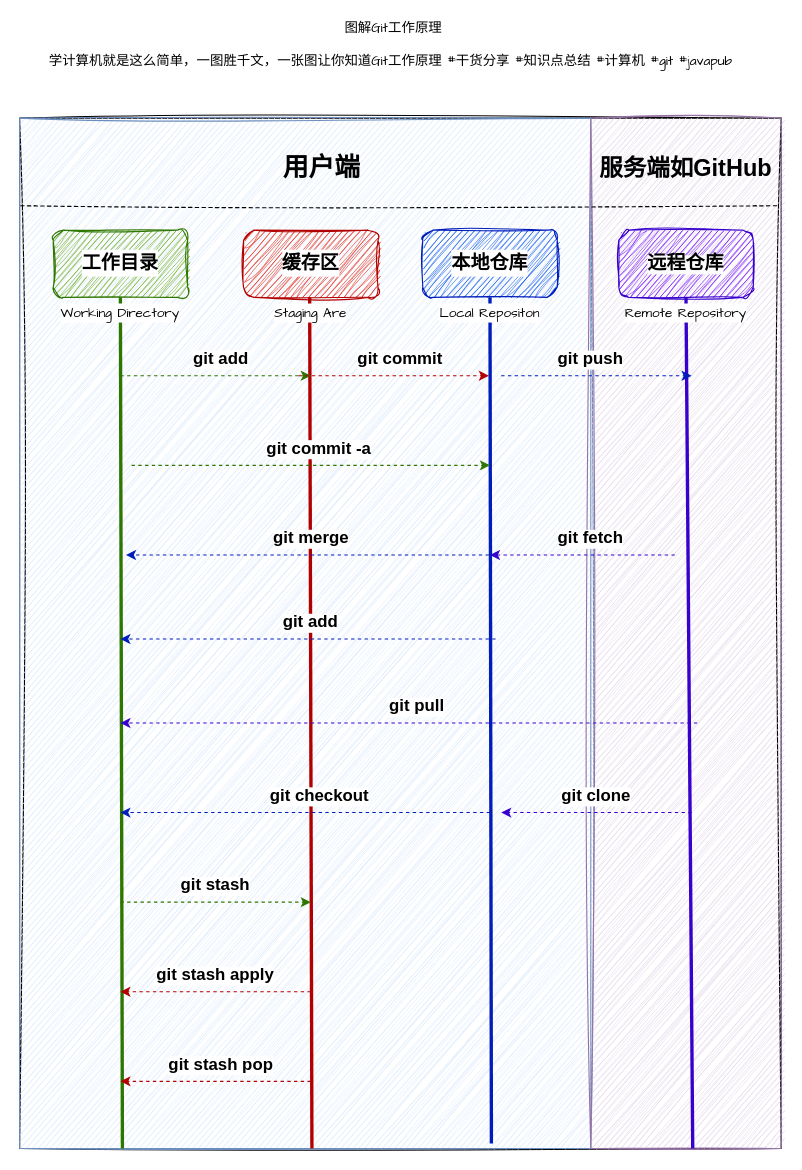
Rodert/javapub_oss keeps this draw.io diagram as image-text/图解Git工作原理.drawio. Above is the earlier version. Source tidied: cells renumbered, new cells numbered last; positions are measured from the earlier drawing's top-left corner, leaving out a move shared by most shapes. Both pictures are drawn from the tidied source at 112%, with x=0, y=0 at pixel (19, 28).
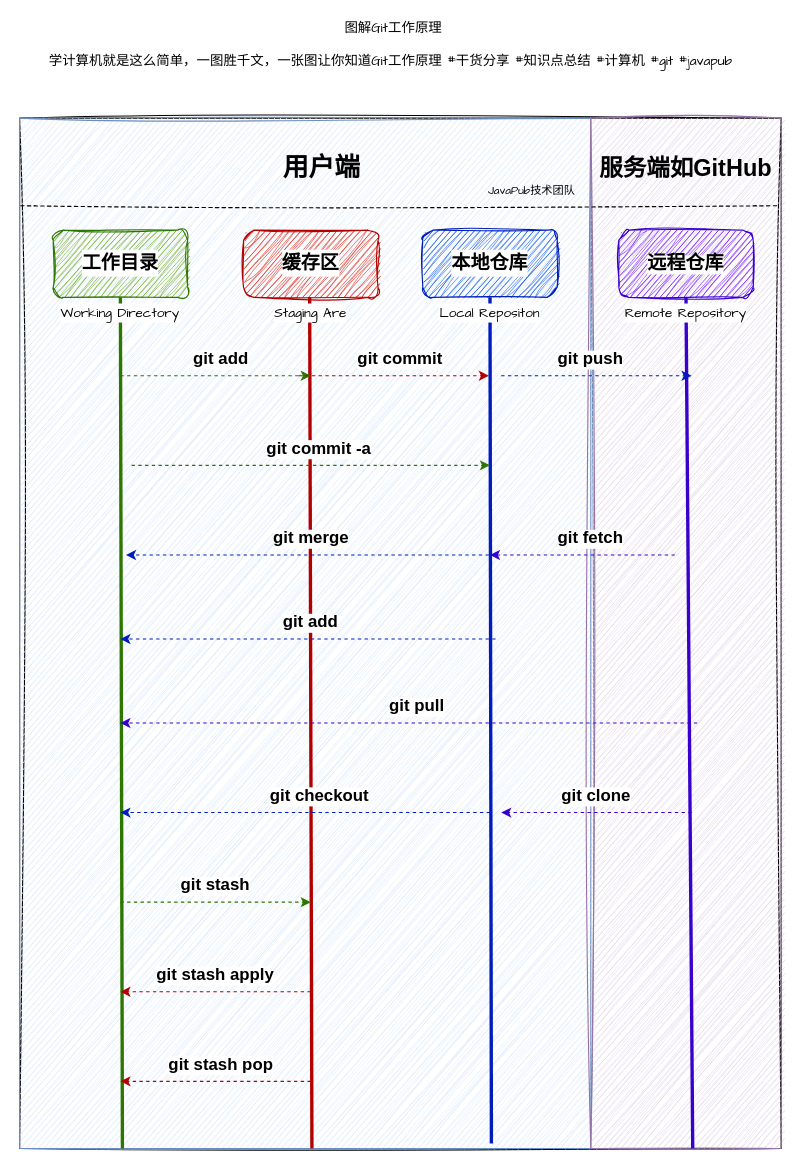
The same diagram, later.

Commit message:
更新图解Git工作原理.drawio

Change to the diagram source:
```diff
@@
+    <mxCell id="50" value="&lt;font style=&quot;font-size: 10px;&quot;&gt;JavaPub技术团队&lt;/font&gt;" style="text;html=1;align=center;verticalAlign=middle;whiteSpace=wrap;rounded=0;fontFamily=Architects Daughter;" parent="1" vertex="1">
+      <mxGeometry x="405" y="130" width="105" height="30" as="geometry" />
+    </mxCell>
```
